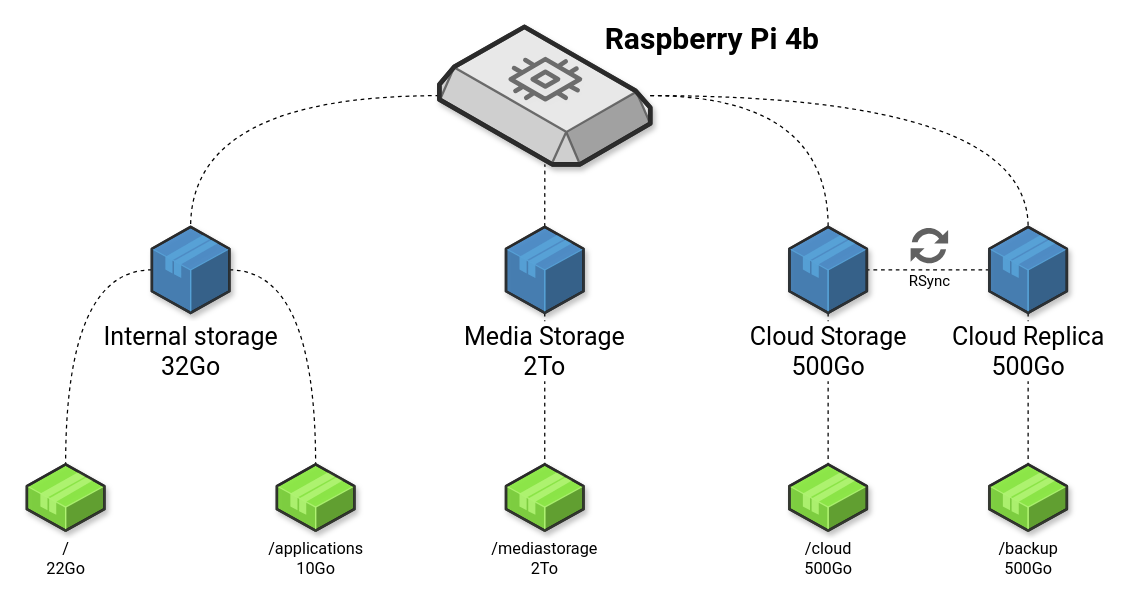
The draw.io diagram page "Storage" (3 of 3) of architecture-raspberry.drawio in adrien-chinour/infra-raspberry, before the edit. Source tidied: cells renumbered, new cells numbered last; positions are measured from the earlier drawing's top-left corner, leaving out a move shared by most shapes. Both pictures are drawn from the tidied source at 125%, with x=0, y=0 at pixel (26, 26).
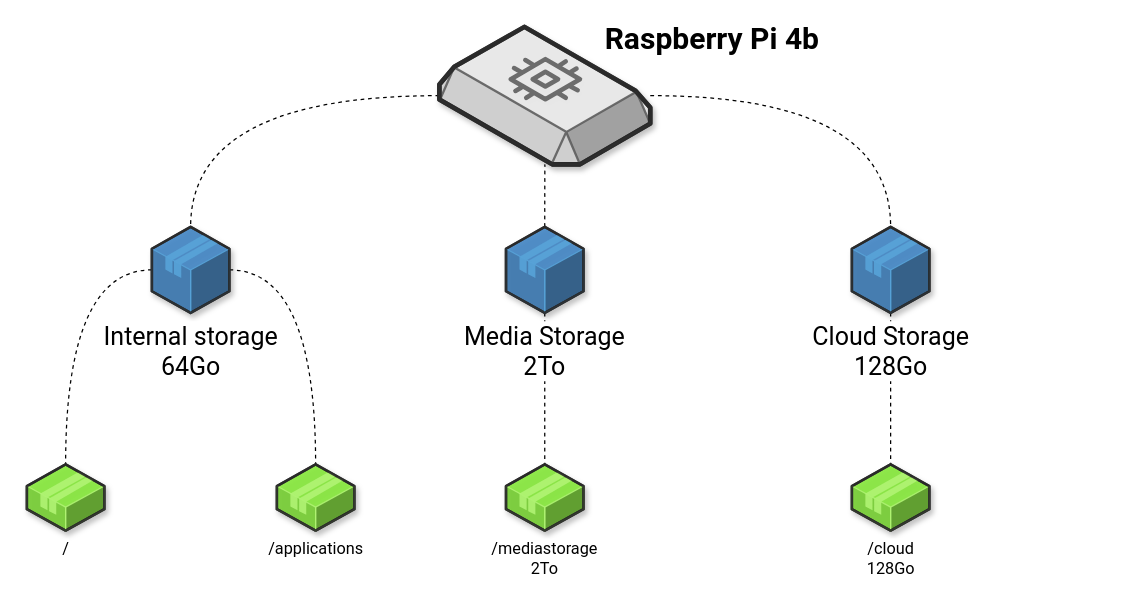
After the change.

Unchanged cells that the change refers to:
```xml
<mxCell id="8" style="verticalLabelPosition=bottom;html=1;verticalAlign=top;strokeWidth=1;align=center;outlineConnect=0;dashed=0;outlineConnect=0;shape=mxgraph.aws3d.ebs2;fillColor=#ECECEC;strokeColor=#5E5E5E;shadow=1;labelBackgroundColor=#ffffff;fontFamily=Roboto;fontSize=23;fontColor=#000000;opacity=90;" parent="1" vertex="1">
  <mxGeometry x="330" width="168.7" height="110" as="geometry" />
</mxCell>
```

The edit, as a diff of the source:
```diff
@@
-    <mxCell id="4" value="&lt;div style=&quot;font-size: 20px;&quot;&gt;Internal storage&lt;/div&gt;&lt;div style=&quot;font-size: 20px;&quot;&gt;32Go&lt;br style=&quot;font-size: 20px;&quot;&gt;&lt;/div&gt;" style="verticalLabelPosition=bottom;html=1;verticalAlign=top;strokeWidth=1;align=center;outlineConnect=0;dashed=0;outlineConnect=0;shape=mxgraph.aws3d.application;fillColor=#4286c5;strokeColor=#57A2D8;shadow=1;labelBackgroundColor=#ffffff;fontFamily=Roboto;fontSize=20;fontColor=#000000;opacity=90;" parent="1" vertex="1">
+    <mxCell id="4" value="&lt;div style=&quot;font-size: 20px&quot;&gt;Internal storage&lt;/div&gt;&lt;div style=&quot;font-size: 20px&quot;&gt;64Go&lt;br style=&quot;font-size: 20px&quot;&gt;&lt;/div&gt;" style="verticalLabelPosition=bottom;html=1;verticalAlign=top;strokeWidth=1;align=center;outlineConnect=0;dashed=0;outlineConnect=0;shape=mxgraph.aws3d.application;fillColor=#4286c5;strokeColor=#57A2D8;shadow=1;labelBackgroundColor=#ffffff;fontFamily=Roboto;fontSize=20;fontColor=#000000;opacity=90;" parent="1" vertex="1">
       <mxGeometry x="100" y="160" width="62" height="68.8" as="geometry" />
     </mxCell>
@@
-    <mxCell id="7" style="edgeStyle=orthogonalEdgeStyle;curved=1;rounded=0;jettySize=auto;html=1;dashed=1;endArrow=none;endFill=0;fontFamily=Roboto;fontSize=20;fontColor=#000000;" parent="1" edge="1" source="8" target="20">
-      <mxGeometry relative="1" as="geometry" />
-    </mxCell>
@@
-    <mxCell id="9" value="&lt;div style=&quot;font-size: 13px;&quot;&gt;/&lt;/div&gt;&lt;div style=&quot;font-size: 13px;&quot;&gt;22Go&lt;br style=&quot;font-size: 13px;&quot;&gt;&lt;/div&gt;" style="verticalLabelPosition=bottom;html=1;verticalAlign=top;strokeWidth=1;align=center;outlineConnect=0;dashed=0;outlineConnect=0;shape=mxgraph.aws3d.application2;fillColor=#86E83A;strokeColor=#B0F373;shadow=1;labelBackgroundColor=#ffffff;fontFamily=Roboto;fontSize=13;fontColor=#000000;opacity=90;" parent="1" vertex="1">
+    <mxCell id="9" value="&lt;div style=&quot;font-size: 13px&quot;&gt;/&lt;/div&gt;" style="verticalLabelPosition=bottom;html=1;verticalAlign=top;strokeWidth=1;align=center;outlineConnect=0;dashed=0;outlineConnect=0;shape=mxgraph.aws3d.application2;fillColor=#86E83A;strokeColor=#B0F373;shadow=1;labelBackgroundColor=#ffffff;fontFamily=Roboto;fontSize=13;fontColor=#000000;opacity=90;" parent="1" vertex="1">
       <mxGeometry y="350" width="62" height="53" as="geometry" />
     </mxCell>
-    <mxCell id="10" value="&lt;div style=&quot;font-size: 13px;&quot;&gt;/applications&lt;/div&gt;&lt;div style=&quot;font-size: 13px;&quot;&gt;10Go&lt;br style=&quot;font-size: 13px;&quot;&gt;&lt;/div&gt;" style="verticalLabelPosition=bottom;html=1;verticalAlign=top;strokeWidth=1;align=center;outlineConnect=0;dashed=0;outlineConnect=0;shape=mxgraph.aws3d.application2;fillColor=#86E83A;strokeColor=#B0F373;shadow=1;labelBackgroundColor=#ffffff;fontFamily=Roboto;fontSize=13;fontColor=#000000;opacity=90;" parent="1" vertex="1">
+    <mxCell id="10" value="&lt;div style=&quot;font-size: 13px&quot;&gt;/applications&lt;/div&gt;" style="verticalLabelPosition=bottom;html=1;verticalAlign=top;strokeWidth=1;align=center;outlineConnect=0;dashed=0;outlineConnect=0;shape=mxgraph.aws3d.application2;fillColor=#86E83A;strokeColor=#B0F373;shadow=1;labelBackgroundColor=#ffffff;fontFamily=Roboto;fontSize=13;fontColor=#000000;opacity=90;" parent="1" vertex="1">
       <mxGeometry x="200" y="350" width="62" height="53" as="geometry" />
     </mxCell>
@@
-    <mxCell id="16" style="edgeStyle=orthogonalEdgeStyle;curved=1;rounded=0;orthogonalLoop=1;jettySize=auto;html=1;dashed=1;endArrow=none;endFill=0;fontFamily=Roboto;fontSize=12;fontColor=#000000;" parent="1" edge="1">
-      <mxGeometry x="0.2" relative="1" as="geometry">
-        <mxPoint x="671" y="194.4" as="sourcePoint" />
-        <mxPoint x="769" y="194.4" as="targetPoint" />
-        <Array as="points">
-          <mxPoint x="730" y="194" />
-          <mxPoint x="730" y="194" />
-        </Array>
-      </mxGeometry>
-    </mxCell>
-    <mxCell id="17" value="&lt;div style=&quot;font-size: 20px;&quot;&gt;Cloud Storage&lt;/div&gt;&lt;div style=&quot;font-size: 20px;&quot;&gt;500Go&lt;br style=&quot;font-size: 20px;&quot;&gt;&lt;/div&gt;" style="verticalLabelPosition=bottom;html=1;verticalAlign=top;strokeWidth=1;align=center;outlineConnect=0;dashed=0;outlineConnect=0;shape=mxgraph.aws3d.application;fillColor=#4286c5;strokeColor=#57A2D8;shadow=1;labelBackgroundColor=#ffffff;fontFamily=Roboto;fontSize=20;fontColor=#000000;opacity=90;" parent="1" vertex="1">
-      <mxGeometry x="610" y="160" width="62" height="68.8" as="geometry" />
+    <mxCell id="17" value="&lt;div style=&quot;font-size: 20px&quot;&gt;Cloud Storage&lt;/div&gt;&lt;div style=&quot;font-size: 20px&quot;&gt;128Go&lt;br style=&quot;font-size: 20px&quot;&gt;&lt;/div&gt;" style="verticalLabelPosition=bottom;html=1;verticalAlign=top;strokeWidth=1;align=center;outlineConnect=0;dashed=0;outlineConnect=0;shape=mxgraph.aws3d.application;fillColor=#4286c5;strokeColor=#57A2D8;shadow=1;labelBackgroundColor=#ffffff;fontFamily=Roboto;fontSize=20;fontColor=#000000;opacity=90;" parent="1" vertex="1">
+      <mxGeometry x="660" y="160" width="62" height="68.8" as="geometry" />
     </mxCell>
-    <mxCell id="18" value="&lt;div style=&quot;font-size: 13px&quot;&gt;/cloud&lt;/div&gt;&lt;div style=&quot;font-size: 13px&quot;&gt;500Go&lt;br style=&quot;font-size: 13px&quot;&gt;&lt;/div&gt;" style="verticalLabelPosition=bottom;html=1;verticalAlign=top;strokeWidth=1;align=center;outlineConnect=0;dashed=0;outlineConnect=0;shape=mxgraph.aws3d.application2;fillColor=#86E83A;strokeColor=#B0F373;shadow=1;labelBackgroundColor=#ffffff;fontFamily=Roboto;fontSize=13;fontColor=#000000;opacity=90;" parent="1" vertex="1">
-      <mxGeometry x="610" y="350" width="62" height="53" as="geometry" />
+    <mxCell id="18" value="&lt;div style=&quot;font-size: 13px&quot;&gt;/cloud&lt;/div&gt;&lt;div style=&quot;font-size: 13px&quot;&gt;128Go&lt;br style=&quot;font-size: 13px&quot;&gt;&lt;/div&gt;" style="verticalLabelPosition=bottom;html=1;verticalAlign=top;strokeWidth=1;align=center;outlineConnect=0;dashed=0;outlineConnect=0;shape=mxgraph.aws3d.application2;fillColor=#86E83A;strokeColor=#B0F373;shadow=1;labelBackgroundColor=#ffffff;fontFamily=Roboto;fontSize=13;fontColor=#000000;opacity=90;" parent="1" vertex="1">
+      <mxGeometry x="660" y="350" width="62" height="53" as="geometry" />
     </mxCell>
-    <mxCell id="19" style="edgeStyle=orthogonalEdgeStyle;curved=1;rounded=0;jettySize=auto;html=1;dashed=1;endArrow=none;endFill=0;fontFamily=Roboto;fontSize=24;fontColor=#000000;" parent="1" edge="1" source="20" target="22">
-      <mxGeometry relative="1" as="geometry" />
-    </mxCell>
-    <mxCell id="20" value="&lt;div style=&quot;font-size: 20px;&quot;&gt;Cloud Replica&lt;/div&gt;&lt;div style=&quot;font-size: 20px;&quot;&gt;500Go&lt;br style=&quot;font-size: 20px;&quot;&gt;&lt;/div&gt;" style="verticalLabelPosition=bottom;html=1;verticalAlign=top;strokeWidth=1;align=center;outlineConnect=0;dashed=0;outlineConnect=0;shape=mxgraph.aws3d.application;fillColor=#4286c5;strokeColor=#57A2D8;shadow=1;labelBackgroundColor=#ffffff;fontFamily=Roboto;fontSize=20;fontColor=#000000;opacity=90;" parent="1" vertex="1">
-      <mxGeometry x="770" y="160" width="62" height="68.8" as="geometry" />
-    </mxCell>
@@
-    <mxCell id="22" value="&lt;div style=&quot;font-size: 13px&quot;&gt;/backup&lt;/div&gt;&lt;div style=&quot;font-size: 13px&quot;&gt;500Go&lt;br style=&quot;font-size: 13px&quot;&gt;&lt;/div&gt;" style="verticalLabelPosition=bottom;html=1;verticalAlign=top;strokeWidth=1;align=center;outlineConnect=0;dashed=0;outlineConnect=0;shape=mxgraph.aws3d.application2;fillColor=#86E83A;strokeColor=#B0F373;shadow=1;labelBackgroundColor=#ffffff;fontFamily=Roboto;fontSize=13;fontColor=#000000;opacity=90;" parent="1" vertex="1">
-      <mxGeometry x="770" y="350" width="62" height="53" as="geometry" />
-    </mxCell>
-    <mxCell id="23" value="RSync" style="shadow=0;dashed=0;html=1;strokeColor=none;labelPosition=center;verticalLabelPosition=bottom;verticalAlign=top;align=center;fillColor=#505050;shape=mxgraph.mscae.intune.update;labelBackgroundColor=#ffffff;fontFamily=Roboto;fontSize=12;fontColor=#000000;opacity=90;" parent="1" vertex="1">
-      <mxGeometry x="707" y="160" width="30" height="30" as="geometry" />
-    </mxCell>
```
